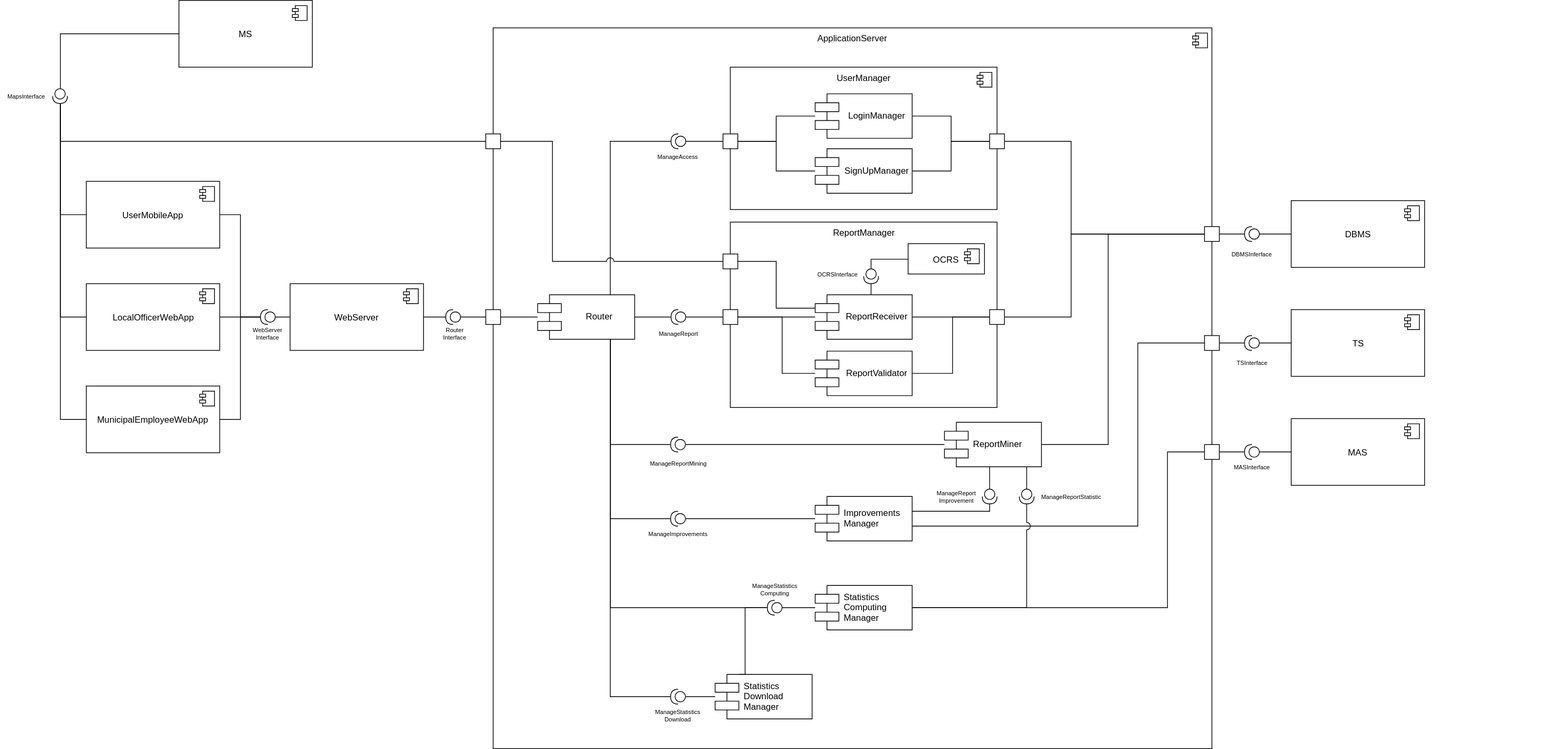
MarkNuar/Project_SE2 keeps this draw.io diagram as DD/images/exported/ComponentDiagram.svg. Above is the earlier version. Source tidied: cells renumbered, new cells last; positions are measured from the earlier drawing's top-left corner, leaving out a move shared by most shapes.
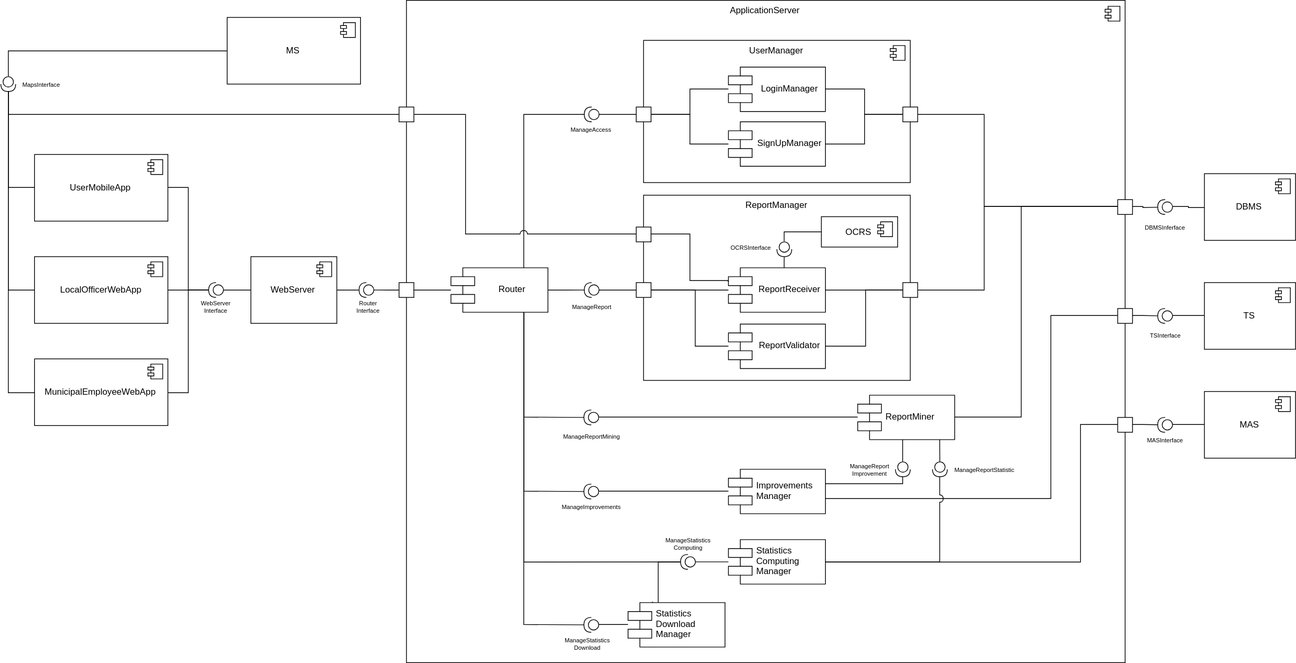
The same file after the commit.

Diff of the diagram source:
```diff
@@ -3,7 +3,7 @@
     <mxCell id="0" />
     <mxCell id="1" parent="0" />
     <mxCell id="2" value="ApplicationServer" style="html=1;verticalAlign=top;" parent="1" vertex="1">
-      <mxGeometry x="664" y="37" width="970" height="972" as="geometry" />
+      <mxGeometry x="664" y="36" width="970" height="894" as="geometry" />
     </mxCell>
     <mxCell id="3" style="edgeStyle=orthogonalEdgeStyle;rounded=0;jettySize=auto;html=1;endArrow=none;endFill=0;" parent="1" edge="1" source="4" target="102">
       <mxGeometry relative="1" as="geometry" />
@@ -12,7 +12,7 @@
       <mxGeometry x="654" y="417" width="20" height="20" as="geometry" />
     </mxCell>
     <mxCell id="5" style="shape=component;jettyWidth=8;jettyHeight=4;" parent="1" vertex="1">
-      <mxGeometry x="1608" y="44" width="20" height="20" as="geometry">
+      <mxGeometry x="1607" y="44" width="20" height="20" as="geometry">
         <mxPoint x="-27" y="7" as="offset" />
       </mxGeometry>
     </mxCell>
@@ -184,13 +184,13 @@
       <mxGeometry relative="1" as="geometry" />
     </mxCell>
     <mxCell id="48" style="shape=providedRequiredInterface;html=1;verticalLabelPosition=bottom;rotation=180;" parent="1" vertex="1">
-      <mxGeometry x="1034" y="809" width="20" height="20" as="geometry" />
+      <mxGeometry x="1034" y="784" width="20" height="20" as="geometry" />
     </mxCell>
     <mxCell id="49" style="shape=providedRequiredInterface;html=1;verticalLabelPosition=bottom;rotation=90;" parent="1" vertex="1">
       <mxGeometry x="1324" y="659" width="20" height="20" as="geometry" />
     </mxCell>
     <mxCell id="50" value="DBMS" style="html=1;align=center;" parent="1" vertex="1">
-      <mxGeometry x="1741" y="270" width="180" height="90" as="geometry" />
+      <mxGeometry x="1741" y="270" width="123" height="90" as="geometry" />
     </mxCell>
     <mxCell id="51" style="shape=component;jettyWidth=8;jettyHeight=4;" parent="50" vertex="1">
       <mxGeometry x="1" width="20" height="20" relative="1" as="geometry">
@@ -209,34 +209,8 @@
     <mxCell id="55" style="edgeStyle=orthogonalEdgeStyle;rounded=0;jettySize=auto;html=1;entryX=1;entryY=0.5;entryDx=0;entryDy=0;endArrow=none;endFill=0;" parent="1" edge="1" source="52" target="54">
       <mxGeometry relative="1" as="geometry" />
     </mxCell>
-    <mxCell id="56" style="group;" parent="1" vertex="1">
-      <mxGeometry x="1624" y="564" width="490" height="90" as="geometry" />
-    </mxCell>
-    <mxCell id="57" value="MAS" style="html=1;align=center;" parent="56" vertex="1">
-      <mxGeometry x="117" width="180" height="90" as="geometry" />
-    </mxCell>
-    <mxCell id="58" style="shape=component;jettyWidth=8;jettyHeight=4;" parent="57" vertex="1">
-      <mxGeometry x="1" width="20" height="20" relative="1" as="geometry">
-        <mxPoint x="-27" y="7" as="offset" />
-      </mxGeometry>
-    </mxCell>
-    <mxCell id="59" style="shape=providedRequiredInterface;html=1;verticalLabelPosition=bottom;fontSize=8;align=center;rotation=180;" parent="56" vertex="1">
-      <mxGeometry x="54" y="35" width="20" height="20" as="geometry" />
-    </mxCell>
-    <mxCell id="60" style="edgeStyle=orthogonalEdgeStyle;rounded=0;jettySize=auto;html=1;entryX=0;entryY=0.5;entryDx=0;entryDy=0;entryPerimeter=0;startArrow=none;startFill=0;endArrow=none;endFill=0;fontSize=8;exitX=0;exitY=0.5;exitDx=0;exitDy=0;" parent="56" edge="1" source="57" target="59">
-      <mxGeometry relative="1" as="geometry" />
-    </mxCell>
-    <mxCell id="61" style="whiteSpace=wrap;html=1;" parent="56" vertex="1">
-      <mxGeometry y="35" width="20" height="20" as="geometry" />
-    </mxCell>
-    <mxCell id="62" style="edgeStyle=orthogonalEdgeStyle;rounded=0;jettySize=auto;html=1;entryX=1;entryY=0.5;entryDx=0;entryDy=0;endArrow=none;endFill=0;" parent="56" edge="1" source="59" target="61">
-      <mxGeometry relative="1" as="geometry" />
-    </mxCell>
-    <mxCell id="63" value="MASInterface" style="text;html=1;align=center;verticalAlign=middle;fontSize=8;" parent="56" vertex="1">
-      <mxGeometry x="34" y="55" width="60" height="20" as="geometry" />
-    </mxCell>
     <mxCell id="64" value="TS" style="html=1;align=center;" parent="1" vertex="1">
-      <mxGeometry x="1741" y="417" width="180" height="90" as="geometry" />
+      <mxGeometry x="1741" y="417" width="123" height="90" as="geometry" />
     </mxCell>
     <mxCell id="65" style="shape=component;jettyWidth=8;jettyHeight=4;" parent="64" vertex="1">
       <mxGeometry x="1" width="20" height="20" relative="1" as="geometry">
@@ -256,13 +230,13 @@
       <mxGeometry relative="1" as="geometry" />
     </mxCell>
     <mxCell id="70" style="shape=providedRequiredInterface;html=1;verticalLabelPosition=bottom;fontSize=8;align=center;rotation=90;" parent="1" vertex="1">
-      <mxGeometry x="69.5" y="119" width="20" height="20" as="geometry" />
+      <mxGeometry x="116.5" y="139" width="20" height="20" as="geometry" />
     </mxCell>
     <mxCell id="71" style="edgeStyle=orthogonalEdgeStyle;rounded=0;jettySize=auto;html=1;entryX=1;entryY=0.5;entryDx=0;entryDy=0;entryPerimeter=0;endArrow=none;endFill=0;" parent="1" edge="1" source="72" target="103">
       <mxGeometry relative="1" as="geometry" />
     </mxCell>
     <mxCell id="72" value="UserMobileApp" style="html=1;align=center;" parent="1" vertex="1">
-      <mxGeometry x="115" y="244" width="180" height="90" as="geometry" />
+      <mxGeometry x="162" y="244" width="180" height="90" as="geometry" />
     </mxCell>
     <mxCell id="73" style="shape=component;jettyWidth=8;jettyHeight=4;align=center;" parent="72" vertex="1">
       <mxGeometry x="1" width="20" height="20" relative="1" as="geometry">
@@ -273,13 +247,13 @@
       <mxGeometry relative="1" as="geometry" />
     </mxCell>
     <mxCell id="75" value="&lt;span style=&quot;color: rgba(0 , 0 , 0 , 0) ; font-family: monospace ; font-size: 0px&quot;&gt;%3CmxGraphModel%3E%3Croot%3E%3CmxCell%20id%3D%220%22%2F%3E%3CmxCell%20id%3D%221%22%20parent%3D%220%22%2F%3E%3CmxCell%20id%3D%222%22%20value%3D%22%26amp%3Blaquo%3BAnnotation%26amp%3Braquo%3B%26lt%3Bbr%2F%26gt%3B%26lt%3Bb%26gt%3BComponent%26lt%3B%2Fb%26gt%3B%22%20style%3D%22html%3D1%3B%22%20vertex%3D%221%22%20parent%3D%221%22%3E%3CmxGeometry%20x%3D%22155%22%20y%3D%22270%22%20width%3D%22180%22%20height%3D%2290%22%20as%3D%22geometry%22%2F%3E%3C%2FmxCell%3E%3CmxCell%20id%3D%223%22%20value%3D%22%22%20style%3D%22shape%3Dcomponent%3BjettyWidth%3D8%3BjettyHeight%3D4%3B%22%20vertex%3D%221%22%20parent%3D%222%22%3E%3CmxGeometry%20x%3D%221%22%20width%3D%2220%22%20height%3D%2220%22%20relative%3D%221%22%20as%3D%22geometry%22%3E%3CmxPoint%20x%3D%22-27%22%20y%3D%227%22%20as%3D%22offset%22%2F%3E%3C%2FmxGeometry%3E%3C%2FmxCell%3E%3C%2Froot%3E%3C%2FmxGraphModel%3E&lt;/span&gt;" style="text;html=1;align=center;verticalAlign=top;spacingTop=-4;" parent="1" vertex="1">
-      <mxGeometry x="129" y="527" width="20" height="20" as="geometry" />
+      <mxGeometry x="176" y="527" width="20" height="20" as="geometry" />
     </mxCell>
     <mxCell id="76" style="edgeStyle=orthogonalEdgeStyle;rounded=0;jettySize=auto;html=1;entryX=1;entryY=0.5;entryDx=0;entryDy=0;entryPerimeter=0;endArrow=none;endFill=0;" parent="1" edge="1" source="77" target="103">
       <mxGeometry relative="1" as="geometry" />
     </mxCell>
     <mxCell id="77" value="LocalOfficerWebApp" style="html=1;align=center;" parent="1" vertex="1">
-      <mxGeometry x="115" y="382" width="180" height="90" as="geometry" />
+      <mxGeometry x="162" y="382" width="180" height="90" as="geometry" />
     </mxCell>
     <mxCell id="78" style="shape=component;jettyWidth=8;jettyHeight=4;align=center;" parent="77" vertex="1">
       <mxGeometry x="1" width="20" height="20" relative="1" as="geometry">
@@ -293,7 +267,7 @@
       <mxGeometry relative="1" as="geometry" />
     </mxCell>
     <mxCell id="81" value="MunicipalEmployeeWebApp" style="html=1;align=center;" parent="1" vertex="1">
-      <mxGeometry x="115" y="520" width="180" height="90" as="geometry" />
+      <mxGeometry x="162" y="520" width="180" height="90" as="geometry" />
     </mxCell>
     <mxCell id="82" style="shape=component;jettyWidth=8;jettyHeight=4;align=center;" parent="81" vertex="1">
       <mxGeometry x="1" width="20" height="20" relative="1" as="geometry">
@@ -304,7 +278,7 @@
       <mxGeometry relative="1" as="geometry" />
     </mxCell>
     <mxCell id="84" value="MS" style="html=1;" parent="1" vertex="1">
-      <mxGeometry x="240" width="180" height="90" as="geometry" />
+      <mxGeometry x="422" y="59" width="180" height="90" as="geometry" />
     </mxCell>
     <mxCell id="85" style="shape=component;jettyWidth=8;jettyHeight=4;" parent="84" vertex="1">
       <mxGeometry x="1" width="20" height="20" relative="1" as="geometry">
@@ -315,7 +289,7 @@
       <mxGeometry relative="1" as="geometry" />
     </mxCell>
     <mxCell id="87" value="MapsInterface" style="text;html=1;align=center;verticalAlign=middle;fontSize=8;" parent="1" vertex="1">
-      <mxGeometry x="-0.5" y="119" width="70" height="20" as="geometry" />
+      <mxGeometry x="136.5" y="139" width="70" height="20" as="geometry" />
     </mxCell>
     <mxCell id="88" value="ManageAccess" style="text;html=1;align=center;verticalAlign=middle;fontSize=8;" parent="1" vertex="1">
       <mxGeometry x="878.5" y="200" width="70" height="20" as="geometry" />
@@ -330,7 +304,7 @@
       <mxGeometry x="863.5" y="709" width="100" height="20" as="geometry" />
     </mxCell>
     <mxCell id="92" value="ManageStatistics&lt;br&gt;Computing" style="text;html=1;align=center;verticalAlign=middle;fontSize=8;direction=west;rotation=0;" parent="1" vertex="1">
-      <mxGeometry x="1004" y="779" width="80" height="30" as="geometry" />
+      <mxGeometry x="1004" y="754" width="80" height="30" as="geometry" />
     </mxCell>
     <mxCell id="93" style="shape=providedRequiredInterface;html=1;verticalLabelPosition=bottom;rotation=90;" parent="1" vertex="1">
       <mxGeometry x="1374" y="659" width="20" height="20" as="geometry" />
@@ -350,13 +324,11 @@
     <mxCell id="98" style="edgeStyle=orthogonalEdgeStyle;rounded=0;jettySize=auto;html=1;entryX=1;entryY=0.5;entryDx=0;entryDy=0;entryPerimeter=0;endArrow=none;endFill=0;" parent="1" edge="1" source="100" target="102">
       <mxGeometry relative="1" as="geometry" />
     </mxCell>
-    <mxCell id="99" style="edgeStyle=orthogonalEdgeStyle;rounded=0;jettySize=auto;html=1;entryX=0;entryY=0.5;entryDx=0;entryDy=0;entryPerimeter=0;endArrow=none;endFill=0;" parent="1" edge="1" target="103">
-      <mxGeometry relative="1" as="geometry">
-        <mxPoint x="410" y="426.5" as="sourcePoint" />
-      </mxGeometry>
+    <mxCell id="99" style="edgeStyle=orthogonalEdgeStyle;rounded=0;jettySize=auto;html=1;entryX=0;entryY=0.5;entryDx=0;entryDy=0;entryPerimeter=0;endArrow=none;endFill=0;exitX=0;exitY=0.5;exitDx=0;exitDy=0;" parent="1" edge="1" source="100" target="103">
+      <mxGeometry relative="1" as="geometry" />
     </mxCell>
     <mxCell id="100" value="WebServer" style="html=1;" parent="1" vertex="1">
-      <mxGeometry x="390" y="382" width="180" height="90" as="geometry" />
+      <mxGeometry x="454" y="382" width="116" height="90" as="geometry" />
     </mxCell>
     <mxCell id="101" style="shape=component;jettyWidth=8;jettyHeight=4;" parent="100" vertex="1">
       <mxGeometry x="1" width="20" height="20" relative="1" as="geometry">
@@ -367,10 +339,10 @@
       <mxGeometry x="600" y="417" width="20" height="20" as="geometry" />
     </mxCell>
     <mxCell id="103" style="shape=providedRequiredInterface;html=1;verticalLabelPosition=bottom;rotation=-180;" parent="1" vertex="1">
-      <mxGeometry x="350" y="417" width="20" height="20" as="geometry" />
+      <mxGeometry x="397" y="417" width="20" height="20" as="geometry" />
     </mxCell>
     <mxCell id="104" value="WebServer&lt;br&gt;Interface" style="text;html=1;align=center;verticalAlign=middle;fontSize=8;" parent="1" vertex="1">
-      <mxGeometry x="330" y="434" width="60" height="30" as="geometry" />
+      <mxGeometry x="377" y="434" width="60" height="30" as="geometry" />
     </mxCell>
     <mxCell id="105" value="Router&lt;br&gt;Interface" style="text;html=1;align=center;verticalAlign=middle;fontSize=8;" parent="1" vertex="1">
       <mxGeometry x="587" y="434" width="50" height="30" as="geometry" />
@@ -453,13 +425,14 @@
       <mxGeometry x="1094" y="359" width="70" height="20" as="geometry" />
     </mxCell>
     <mxCell id="123" value="Statistics&#10;Computing&#10;Manager" style="shape=component;align=left;spacingLeft=36;" parent="1" vertex="1">
-      <mxGeometry x="1098.5" y="789" width="130.9" height="60" as="geometry" />
+      <mxGeometry x="1098.5" y="764" width="130.9" height="60" as="geometry" />
     </mxCell>
     <mxCell id="124" style="rounded=0;jumpStyle=arc;jumpSize=10;jettySize=auto;html=1;entryX=1;entryY=0.5;entryDx=0;entryDy=0;entryPerimeter=0;endArrow=none;endFill=0;exitX=0.25;exitY=0;exitDx=0;exitDy=0;edgeStyle=orthogonalEdgeStyle;" parent="1" edge="1" source="126" target="48">
       <mxGeometry relative="1" as="geometry">
         <Array as="points">
+          <mxPoint x="996" y="909" />
           <mxPoint x="1004" y="909" />
-          <mxPoint x="1004" y="819" />
+          <mxPoint x="1004" y="794" />
         </Array>
       </mxGeometry>
     </mxCell>
@@ -467,19 +440,19 @@
       <mxGeometry relative="1" as="geometry" />
     </mxCell>
     <mxCell id="126" value="Statistics&#10;Download&#10;Manager" style="shape=component;align=left;spacingLeft=36;" parent="1" vertex="1">
-      <mxGeometry x="963.5" y="909" width="130.9" height="60" as="geometry" />
+      <mxGeometry x="963" y="849" width="130.9" height="60" as="geometry" />
     </mxCell>
     <mxCell id="127" style="edgeStyle=orthogonalEdgeStyle;rounded=0;jettySize=auto;html=1;entryX=1;entryY=0.5;entryDx=0;entryDy=0;entryPerimeter=0;endArrow=none;endFill=0;jumpStyle=arc;jumpSize=10;" parent="1" edge="1" source="123" target="93">
       <mxGeometry relative="1" as="geometry">
         <Array as="points">
-          <mxPoint x="1384" y="819" />
+          <mxPoint x="1384" y="794" />
         </Array>
       </mxGeometry>
     </mxCell>
     <mxCell id="128" style="edgeStyle=orthogonalEdgeStyle;rounded=0;jettySize=auto;html=1;entryX=0;entryY=0.5;entryDx=0;entryDy=0;endArrow=none;endFill=0;jumpStyle=arc;jumpSize=10;" parent="1" edge="1" source="123" target="61">
       <mxGeometry relative="1" as="geometry">
         <Array as="points">
-          <mxPoint x="1574" y="819" />
+          <mxPoint x="1574" y="794" />
           <mxPoint x="1574" y="609" />
         </Array>
       </mxGeometry>
@@ -487,15 +460,38 @@
     <mxCell id="129" style="edgeStyle=orthogonalEdgeStyle;rounded=0;jumpStyle=arc;jumpSize=10;jettySize=auto;html=1;entryX=0.75;entryY=1;entryDx=0;entryDy=0;endArrow=none;endFill=0;" parent="1" edge="1" source="130" target="36">
       <mxGeometry relative="1" as="geometry">
         <Array as="points">
-          <mxPoint x="822" y="939" />
+          <mxPoint x="822" y="879" />
         </Array>
       </mxGeometry>
     </mxCell>
     <mxCell id="130" style="shape=providedRequiredInterface;html=1;verticalLabelPosition=bottom;rotation=180;" parent="1" vertex="1">
-      <mxGeometry x="903.5" y="929" width="20" height="20" as="geometry" />
+      <mxGeometry x="903.5" y="869" width="20" height="20" as="geometry" />
     </mxCell>
     <mxCell id="131" value="ManageStatistics&lt;br&gt;Download" style="text;html=1;align=center;verticalAlign=middle;fontSize=8;direction=west;rotation=0;" parent="1" vertex="1">
-      <mxGeometry x="873.5" y="949" width="80" height="30" as="geometry" />
+      <mxGeometry x="868.5" y="889" width="80" height="30" as="geometry" />
     </mxCell>
+    <mxCell id="57" value="MAS" style="html=1;align=center;" parent="1" vertex="1">
+      <mxGeometry x="1741" y="564" width="123" height="90" as="geometry" />
+    </mxCell>
+    <mxCell id="58" style="shape=component;jettyWidth=8;jettyHeight=4;" parent="57" vertex="1">
+      <mxGeometry x="1" width="20" height="20" relative="1" as="geometry">
+        <mxPoint x="-27" y="7" as="offset" />
+      </mxGeometry>
+    </mxCell>
+    <mxCell id="59" style="shape=providedRequiredInterface;html=1;verticalLabelPosition=bottom;fontSize=8;align=center;rotation=180;" parent="1" vertex="1">
+      <mxGeometry x="1678" y="599" width="20" height="20" as="geometry" />
+    </mxCell>
+    <mxCell id="60" style="edgeStyle=orthogonalEdgeStyle;rounded=0;jettySize=auto;html=1;entryX=0;entryY=0.5;entryDx=0;entryDy=0;entryPerimeter=0;startArrow=none;startFill=0;endArrow=none;endFill=0;fontSize=8;exitX=0;exitY=0.5;exitDx=0;exitDy=0;" parent="1" edge="1" source="57" target="59">
+      <mxGeometry relative="1" as="geometry" />
+    </mxCell>
+    <mxCell id="61" style="whiteSpace=wrap;html=1;" parent="1" vertex="1">
+      <mxGeometry x="1624" y="599" width="20" height="20" as="geometry" />
+    </mxCell>
+    <mxCell id="62" style="edgeStyle=orthogonalEdgeStyle;rounded=0;jettySize=auto;html=1;entryX=1;entryY=0.5;entryDx=0;entryDy=0;endArrow=none;endFill=0;" parent="1" edge="1" source="59" target="61">
+      <mxGeometry relative="1" as="geometry" />
+    </mxCell>
+    <mxCell id="63" value="MASInterface" style="text;html=1;align=center;verticalAlign=middle;fontSize=8;" parent="1" vertex="1">
+      <mxGeometry x="1658" y="619" width="60" height="20" as="geometry" />
+    </mxCell>
   </root>
 </mxGraphModel>
```
